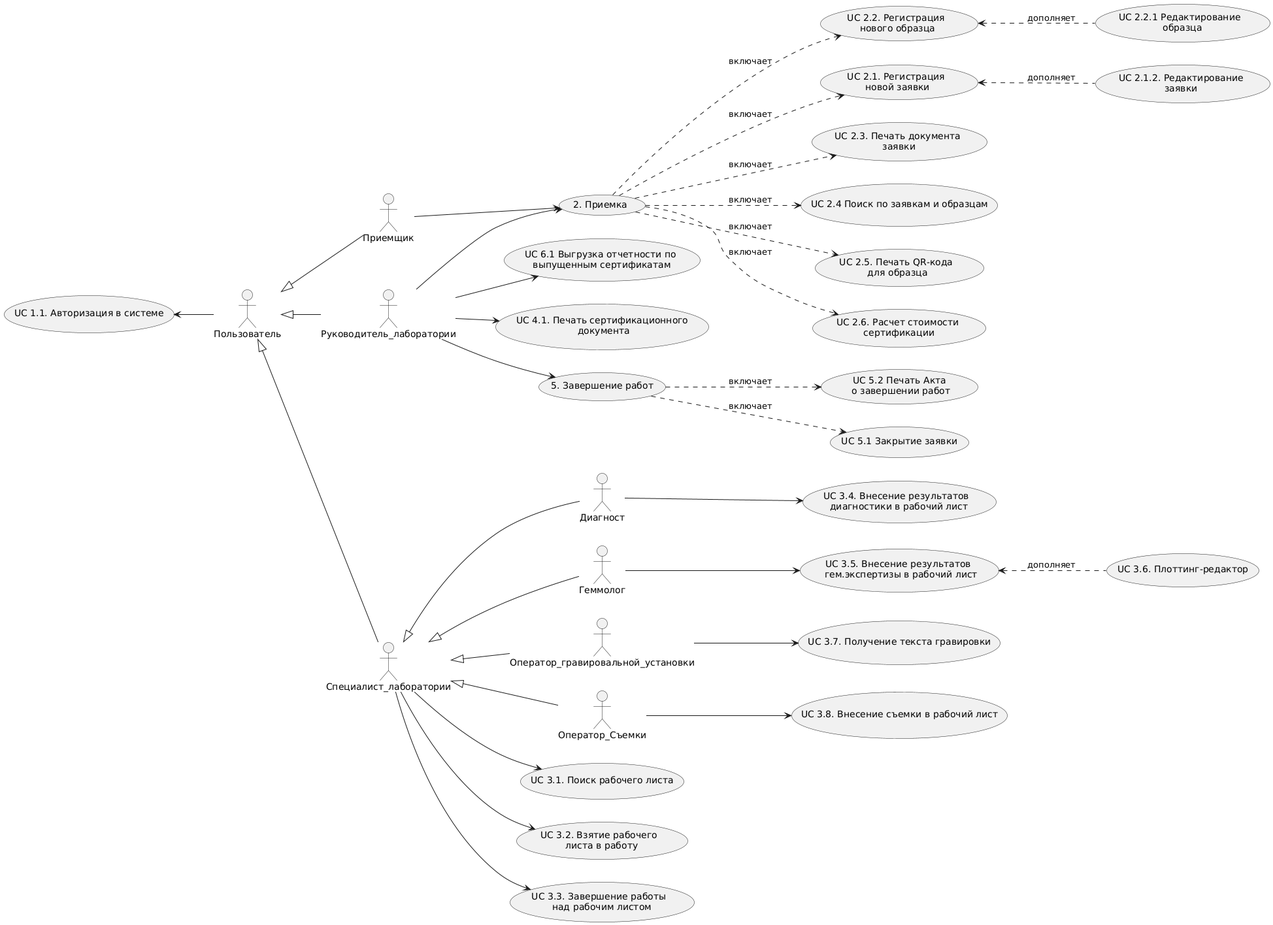
Earlier version of the PlantUML export docs/diagrams/use-case-diagram.png (InnaAleksandrova/CertificationSystem). Its diagram source:
```plantuml
@startuml
left to right direction


actor Пользователь as Польз
actor Приемщик as П
actor Диагност as Д
actor Геммолог as Гем
actor Оператор_гравировальной_установки as Лазер
actor Оператор_Съемки as Съемка
actor Руководитель_лаборатории as Рук
actor Специалист_лаборатории as Специалист


Польз <|-- Специалист
Польз <|-- Рук
Польз <|-- П
Специалист<|-- Д
Специалист<|-- Гем
Специалист<|-- Лазер
Специалист<|-- Съемка


usecase (UC 1.1. Авторизация в системе) as UC1
usecase (UC 6.1 Выгрузка отчетности по\n выпущенным сертификатам) as UC2
usecase (2. Приемка) as UC3

usecase (UC 2.1. Регистрация \nновой заявки) as UC5
usecase (UC 2.1.2. Редактирование\nзаявки) as UC51
usecase (UC 2.2. Регистрация \nнового образца) as UC6
usecase (UC 2.2.1 Редактирование \n образца) as UC61
usecase (UC 2.3. Печать документа\n заявки) as UC4
usecase (UC 2.4 Поиск по заявкам и образцам)
usecase (UC 2.5. Печать QR-кода \nдля образца) as UC9
usecase (UC 2.6. Расчет стоимости\n сертификации) as UC7
usecase (UC 4.1. Печать сертификационного\n документа) as UC10


usecase (UC 3.1. Поиск рабочего листа) as UC12

usecase (UC 3.5. Внесение результатов \n гем.экспертизы в рабочий лист) as UC16
usecase (UC 3.6. Плоттинг-редактор) as UC17

usecase (UC 3.7. Получение текста гравировки) as UC18

usecase (UC 3.8. Внесение съемки в рабочий лист) as UC19
usecase (UC 3.2. Взятие рабочего \n листа в работу)
usecase (UC 3.3. Завершение работы \n над рабочим листом)
usecase (5. Завершение работ)
usecase (UC 5.2 Печать Акта\n о завершении работ) as UC22
usecase (UC 5.1 Закрытие заявки) as UC23
usecase (UC 3.4. Внесение результатов \n диагностики в рабочий лист)


UC3 .down.> UC5 : включает
UC3 .down.> UC6 : включает
UC3 .down.> UC7 : включает
UC3 .down.> (UC 2.4 Поиск по заявкам и образцам): включает
UC3 .down.> UC4 : включает
UC3 .down.> UC9 : включает
(5. Завершение работ) .down.> UC22: включает
(5. Завершение работ) .down.> UC23: включает
UC17 .up.> UC16: дополняет
UC51 .up.> UC5: дополняет
UC61 .up.> UC6: дополняет


Польз -up-> UC1
Рук --> UC2
Рук-->(5. Завершение работ)
П --> UC3
Рук --> UC3
Рук--> UC10
Специалист--> UC12
Специалист-->(UC 3.2. Взятие рабочего \n листа в работу)
Специалист-->(UC 3.3. Завершение работы \n над рабочим листом)

Гем--> UC16

Лазер-->UC18

Съемка-->UC19
Д --> (UC 3.4. Внесение результатов \n диагностики в рабочий лист)
@enduml
```
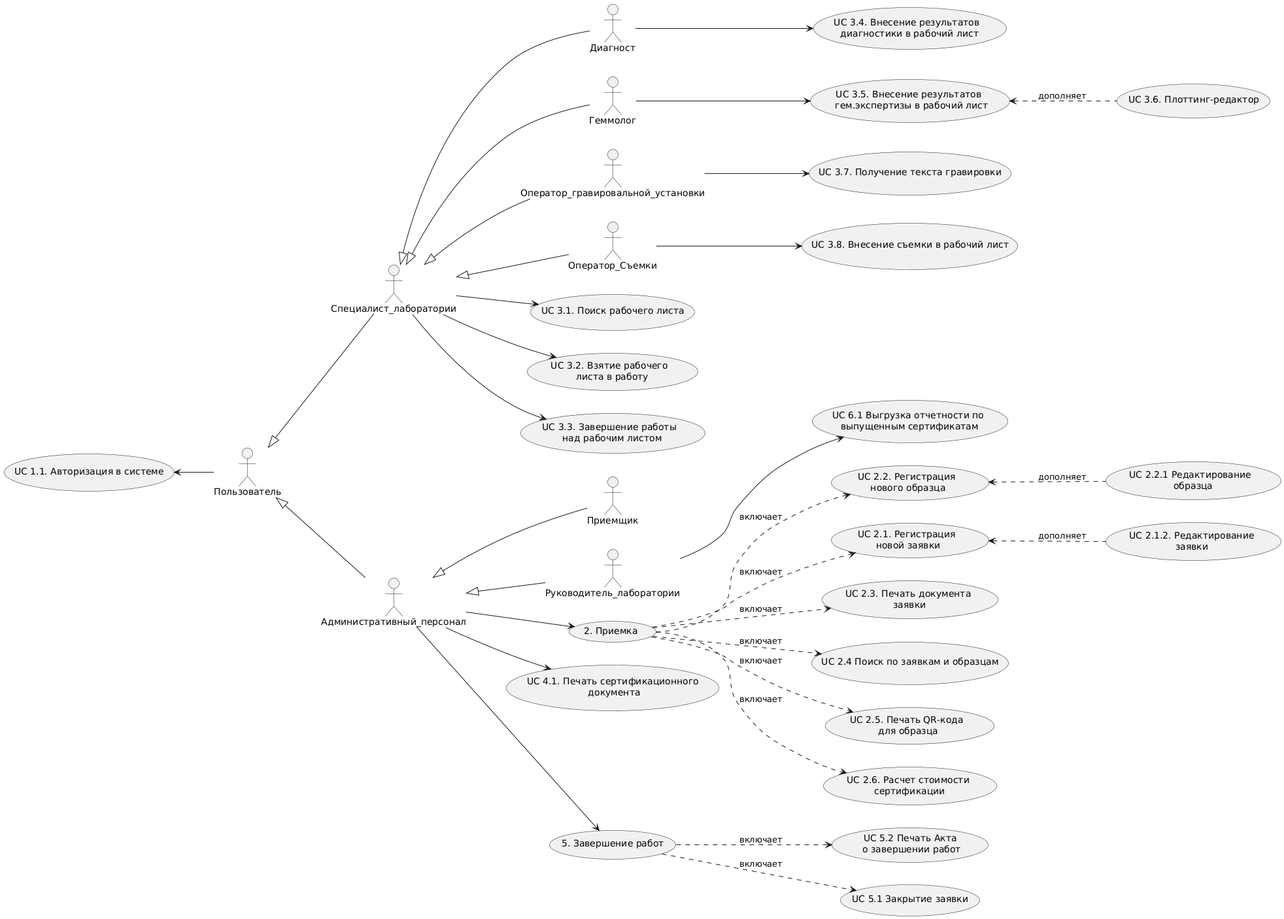
After the change.

Diff of the diagram source:
```diff
@@ -10,11 +10,13 @@
 actor Оператор_Съемки as Съемка
 actor Руководитель_лаборатории as Рук
 actor Специалист_лаборатории as Специалист
+actor Административный_персонал as Адм
 
 
+Польз <|-- Адм
 Польз <|-- Специалист
-Польз <|-- Рук
-Польз <|-- П
+Адм <|-- Рук
+Адм <|-- П
 Специалист<|-- Д
 Специалист<|-- Гем
 Специалист<|-- Лазер
@@ -67,10 +69,9 @@
 
 Польз -up-> UC1
 Рук --> UC2
-Рук-->(5. Завершение работ)
-П --> UC3
-Рук --> UC3
-Рук--> UC10
+Адм-->(5. Завершение работ)
+Адм --> UC3
+Адм --> UC10
 Специалист--> UC12
 Специалист-->(UC 3.2. Взятие рабочего \n листа в работу)
 Специалист-->(UC 3.3. Завершение работы \n над рабочим листом)
```
